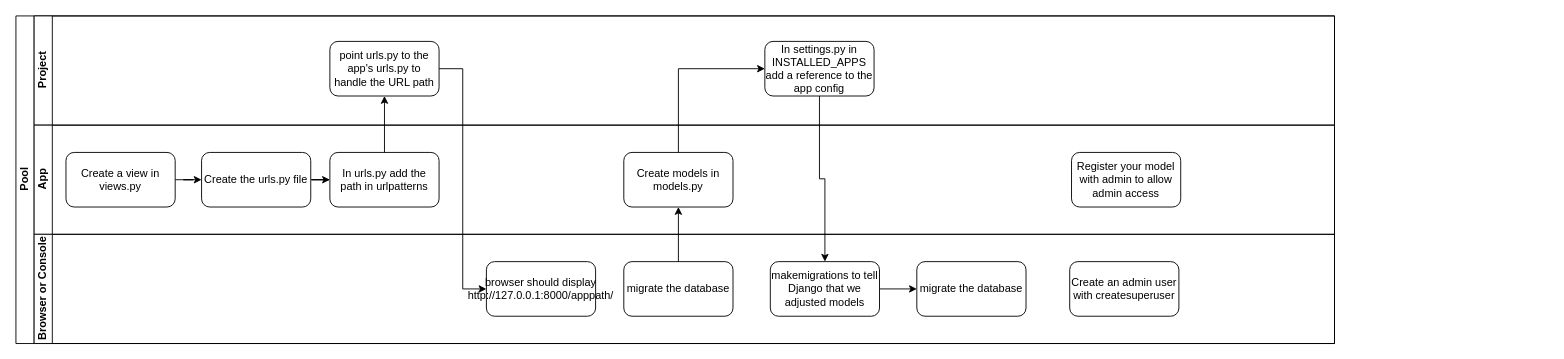
The draw.io diagram Untitled Diagram.drawio in jebsmartt/first-django-project, before the edit. Source tidied: cells renumbered, new cells numbered last; positions are measured from the earlier drawing's top-left corner, leaving out a move shared by most shapes. Both pictures are drawn from the tidied source at 91%, with x=0, y=0 at pixel (15, 15).
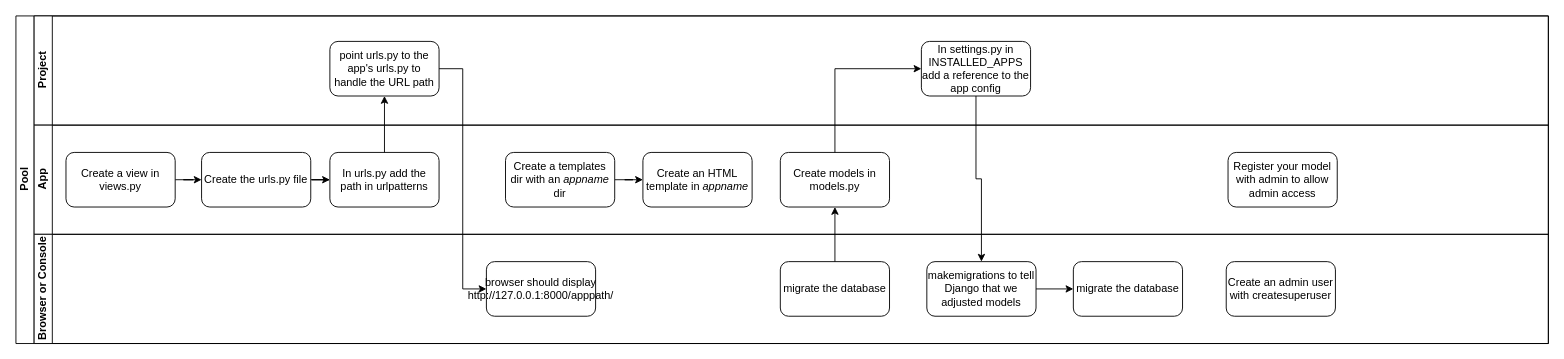
After the change.

Commit message:
Left off on Raising a 404

The edit, as a diff of the source:
```diff
@@
     <mxCell id="3" value="Pool" style="swimlane;horizontal=0;startSize=20;html=1;" parent="1" vertex="1">
-      <mxGeometry width="1449" height="360" as="geometry" />
+      <mxGeometry width="1684" height="360" as="geometry" />
     </mxCell>
     <mxCell id="4" value="&lt;div&gt;Project&lt;/div&gt;" style="swimlane;startSize=20;horizontal=0;html=1;" parent="3" vertex="1">
-      <mxGeometry x="20" width="1429" height="120" as="geometry" />
+      <mxGeometry x="20" width="1664" height="120" as="geometry" />
     </mxCell>
@@
     <mxCell id="8" value="In settings.py in INSTALLED_APPS add a reference to the app config" style="rounded=1;whiteSpace=wrap;html=1;" parent="4" vertex="1">
-      <mxGeometry x="803" y="28" width="120" height="60" as="geometry" />
+      <mxGeometry x="975" y="28" width="120" height="60" as="geometry" />
     </mxCell>
     <mxCell id="9" value="&lt;div&gt;App&lt;/div&gt;" style="swimlane;startSize=20;horizontal=0;html=1;" parent="3" vertex="1">
-      <mxGeometry x="20" y="120" width="1429" height="120" as="geometry" />
+      <mxGeometry x="20" y="120" width="1664" height="120" as="geometry" />
     </mxCell>
@@
     <mxCell id="15" value="Register your model with admin to allow admin access" style="rounded=1;whiteSpace=wrap;html=1;" parent="9" vertex="1">
-      <mxGeometry x="1140" y="30" width="120" height="60" as="geometry" />
+      <mxGeometry x="1312" y="30" width="120" height="60" as="geometry" />
     </mxCell>
     <mxCell id="16" value="Create models in models.py" style="rounded=1;whiteSpace=wrap;html=1;" parent="9" vertex="1">
-      <mxGeometry x="648" y="30" width="120" height="60" as="geometry" />
+      <mxGeometry x="820" y="30" width="120" height="60" as="geometry" />
     </mxCell>
+    <mxCell id="29" style="edgeStyle=orthogonalEdgeStyle;rounded=0;jettySize=auto;html=1;" parent="9" edge="1" source="30" target="31">
+      <mxGeometry relative="1" as="geometry" />
+    </mxCell>
+    <mxCell id="30" value="Create a templates dir with an &lt;i&gt;appname&lt;/i&gt; dir" style="rounded=1;whiteSpace=wrap;html=1;" parent="9" vertex="1">
+      <mxGeometry x="518" y="30" width="120" height="60" as="geometry" />
+    </mxCell>
+    <mxCell id="31" value="Create an HTML template in &lt;i&gt;appname&lt;/i&gt;" style="whiteSpace=wrap;html=1;rounded=1;" parent="9" vertex="1">
+      <mxGeometry x="669" y="30" width="120" height="60" as="geometry" />
+    </mxCell>
     <mxCell id="17" value="Browser or Console" style="swimlane;startSize=20;horizontal=0;html=1;" parent="3" vertex="1">
-      <mxGeometry x="20" y="240" width="1429" height="120" as="geometry" />
+      <mxGeometry x="20" y="240" width="1664" height="120" as="geometry" />
     </mxCell>
@@
     <mxCell id="19" value="migrate the database" style="rounded=1;whiteSpace=wrap;html=1;" parent="17" vertex="1">
-      <mxGeometry x="648" y="30" width="120" height="60" as="geometry" />
+      <mxGeometry x="820" y="30" width="120" height="60" as="geometry" />
     </mxCell>
@@
     <mxCell id="21" value="makemigrations to tell Django that we adjusted models" style="rounded=1;whiteSpace=wrap;html=1;" parent="17" vertex="1">
-      <mxGeometry x="809" y="30" width="120" height="60" as="geometry" />
+      <mxGeometry x="981" y="30" width="120" height="60" as="geometry" />
     </mxCell>
     <mxCell id="22" value="migrate the database" style="rounded=1;whiteSpace=wrap;html=1;" parent="17" vertex="1">
-      <mxGeometry x="970" y="30" width="120" height="60" as="geometry" />
+      <mxGeometry x="1142" y="30" width="120" height="60" as="geometry" />
     </mxCell>
     <mxCell id="23" value="Create an admin user with createsuperuser" style="rounded=1;whiteSpace=wrap;html=1;" parent="17" vertex="1">
-      <mxGeometry x="1138" y="30" width="120" height="60" as="geometry" />
+      <mxGeometry x="1310" y="30" width="120" height="60" as="geometry" />
     </mxCell>
```
